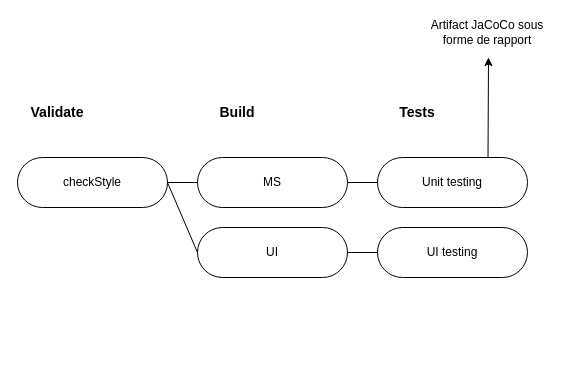
cjour/audit_logistics keeps this draw.io diagram as Diagramme sans nom.drawio. Above is the earlier version. Source tidied: cells renumbered, new cells numbered last; positions are measured from the earlier drawing's top-left corner, leaving out a move shared by most shapes. Both pictures are drawn from the tidied source at 100%, with x=0, y=0 at pixel (17, 17).
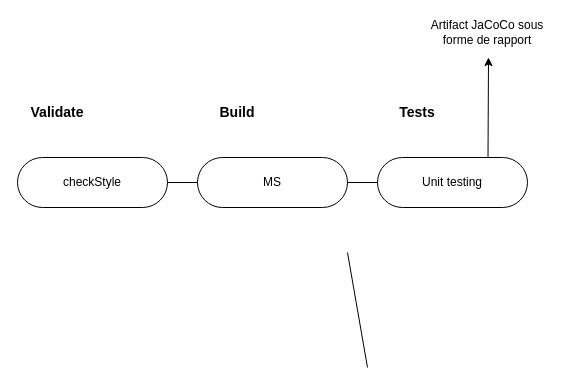
Above is the later version.

Commit message (it also covers changes not shown here):
Mettre à jour Diagramme sans nom.drawio

The edit, as a diff of the source:
```diff
@@
 <mxGraphModel>
   <root>
     <mxCell id="0" />
     <mxCell id="1" parent="0" />
     <mxCell id="2" value="MS" style="rounded=1;whiteSpace=wrap;html=1;arcSize=50;" parent="1" vertex="1">
       <mxGeometry x="180" y="140" width="150" height="50" as="geometry" />
     </mxCell>
     <mxCell id="3" value="Unit testing" style="rounded=1;whiteSpace=wrap;html=1;arcSize=50;" parent="1" vertex="1">
       <mxGeometry x="360" y="140" width="150" height="50" as="geometry" />
     </mxCell>
     <mxCell id="4" value="checkStyle" style="rounded=1;whiteSpace=wrap;html=1;arcSize=50;" parent="1" vertex="1">
       <mxGeometry y="140" width="150" height="50" as="geometry" />
     </mxCell>
-    <mxCell id="5" value="UI testing" style="rounded=1;whiteSpace=wrap;html=1;arcSize=50;" parent="1" vertex="1">
-      <mxGeometry x="360" y="210" width="150" height="50" as="geometry" />
-    </mxCell>
     <mxCell id="6" value="Validate" style="text;html=1;strokeColor=none;fillColor=none;align=center;verticalAlign=middle;whiteSpace=wrap;rounded=0;fontStyle=1;fontSize=14;" parent="1" vertex="1">
       <mxGeometry x="10" y="80" width="60" height="30" as="geometry" />
     </mxCell>
     <mxCell id="7" value="Build" style="text;html=1;strokeColor=none;fillColor=none;align=center;verticalAlign=middle;whiteSpace=wrap;rounded=0;fontStyle=1;fontSize=14;" parent="1" vertex="1">
       <mxGeometry x="190" y="80" width="60" height="30" as="geometry" />
     </mxCell>
     <mxCell id="8" value="Tests" style="text;html=1;strokeColor=none;fillColor=none;align=center;verticalAlign=middle;whiteSpace=wrap;rounded=0;fontStyle=1;fontSize=14;" parent="1" vertex="1">
       <mxGeometry x="370" y="80" width="60" height="30" as="geometry" />
     </mxCell>
     <mxCell id="9" style="endArrow=none;html=1;rounded=0;fontSize=14;exitX=1;exitY=0.5;exitDx=0;exitDy=0;entryX=0;entryY=0.5;entryDx=0;entryDy=0;" parent="1" edge="1" source="4" target="2">
       <mxGeometry relative="1" as="geometry" />
     </mxCell>
     <mxCell id="10" style="endArrow=none;html=1;rounded=0;fontSize=14;exitX=1;exitY=0.5;exitDx=0;exitDy=0;entryX=0;entryY=0.5;entryDx=0;entryDy=0;" parent="1" edge="1" source="2" target="3">
       <mxGeometry relative="1" as="geometry" />
     </mxCell>
-    <mxCell id="11" value="UI" style="rounded=1;whiteSpace=wrap;html=1;arcSize=50;" parent="1" vertex="1">
-      <mxGeometry x="180" y="210" width="150" height="50" as="geometry" />
-    </mxCell>
-    <mxCell id="12" style="endArrow=none;html=1;rounded=0;exitX=1;exitY=0.5;exitDx=0;exitDy=0;entryX=0;entryY=0.5;entryDx=0;entryDy=0;" parent="1" edge="1" source="4" target="11">
-      <mxGeometry relative="1" as="geometry" />
-    </mxCell>
-    <mxCell id="13" style="endArrow=none;html=1;rounded=0;entryX=0;entryY=0.5;entryDx=0;entryDy=0;exitX=1;exitY=0.5;exitDx=0;exitDy=0;" parent="1" edge="1" source="11" target="5">
-      <mxGeometry relative="1" as="geometry" />
+    <mxCell id="13" style="endArrow=none;html=1;rounded=0;entryX=0;entryY=0.5;entryDx=0;entryDy=0;exitX=1;exitY=0.5;exitDx=0;exitDy=0;" parent="1" edge="1">
+      <mxGeometry relative="1" as="geometry">
+        <mxPoint x="330" y="235" as="sourcePoint" />
+        <mxPoint x="350" y="350" as="targetPoint" />
+      </mxGeometry>
     </mxCell>
     <mxCell id="14" style="endArrow=classic;html=1;rounded=0;exitX=0.75;exitY=0;exitDx=0;exitDy=0;" parent="1" edge="1">
       <mxGeometry relative="1" as="geometry">
         <mxPoint x="470.5" y="140" as="sourcePoint" />
         <mxPoint x="471" y="40" as="targetPoint" />
       </mxGeometry>
     </mxCell>
     <mxCell id="15" value="Artifact JaCoCo sous forme de rapport" style="text;html=1;strokeColor=none;fillColor=none;align=center;verticalAlign=middle;whiteSpace=wrap;rounded=0;" parent="1" vertex="1">
       <mxGeometry x="400" width="140" height="30" as="geometry" />
     </mxCell>
   </root>
 </mxGraphModel>
```
